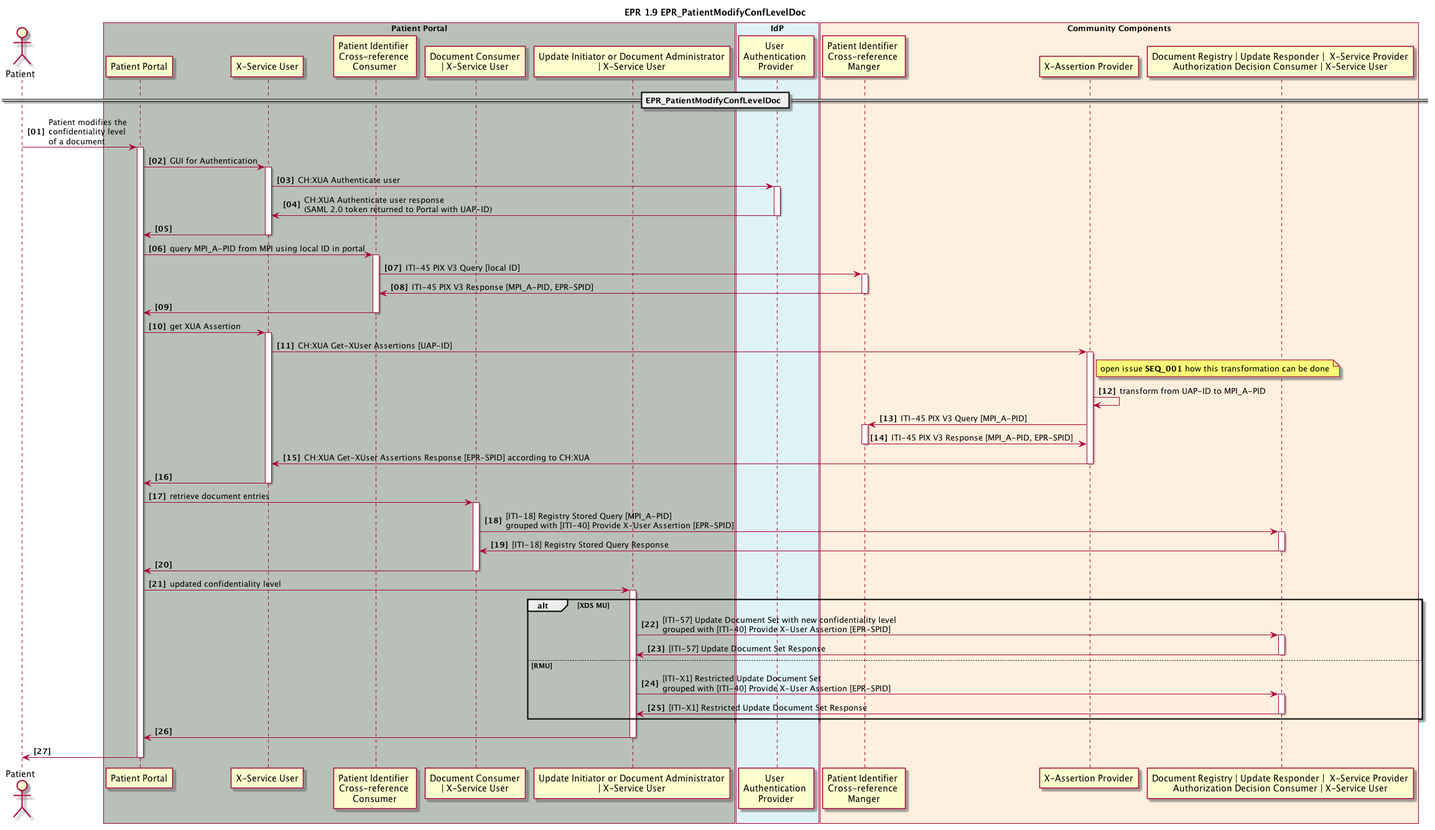
This is 1_09_EPR_PatientModifyConfLevelDoc.plantuml.png from ahdis/ch-epr-seqdiag, a PlantUML export, as it was before one commit.
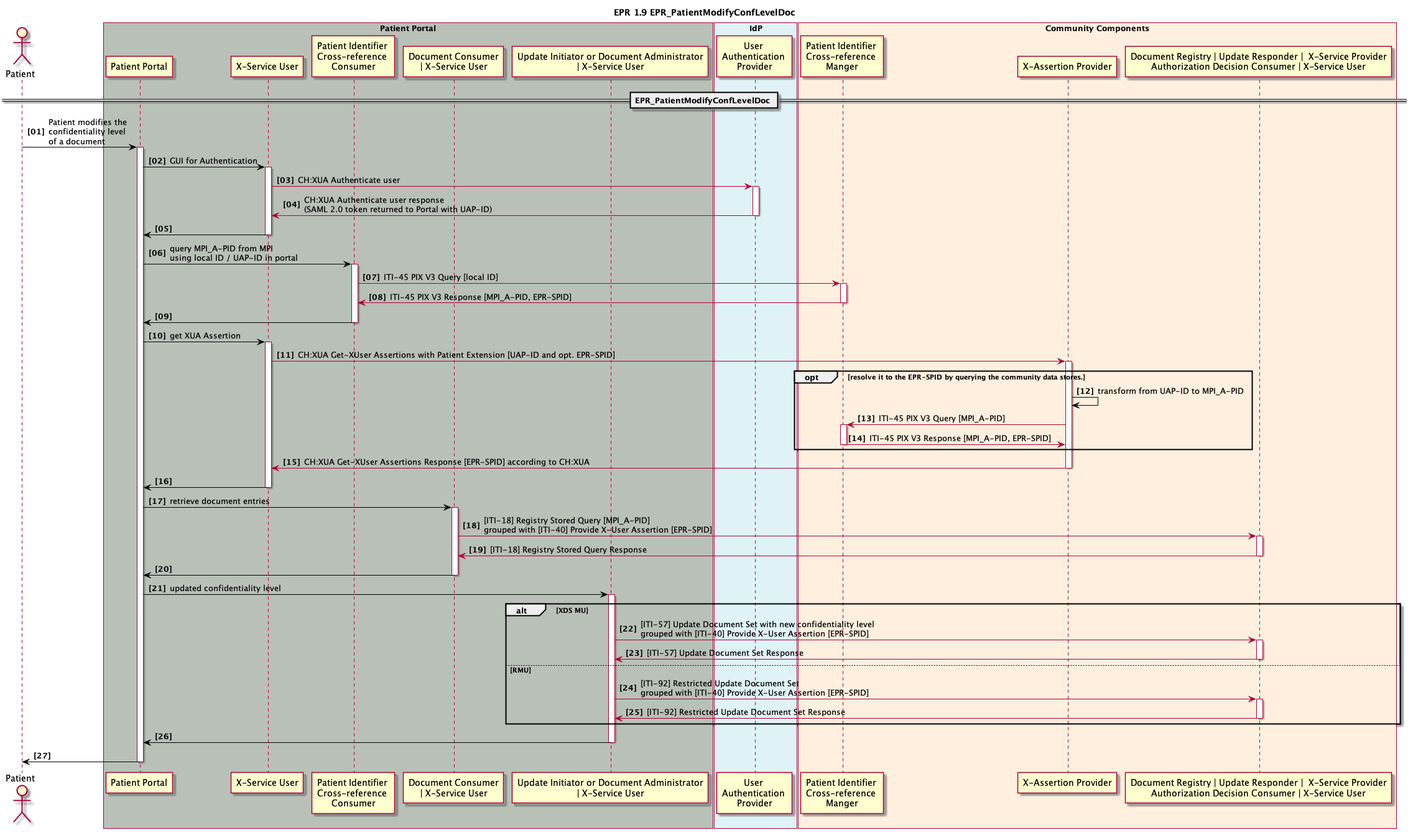
After the change.

What changed in the source:
```diff
@@ -24,52 +24,53 @@
 end box
 
 == EPR_PatientModifyConfLevelDoc ==
-patient -> pp_gui: Patient modifies the \nconfidentiality level \nof a document
+patient -[#black]> pp_gui: Patient modifies the \nconfidentiality level \nof a document
 activate pp_gui
 
-pp_gui -> pp_x_service_user : GUI for Authentication
+pp_gui -[#black]> pp_x_service_user : GUI for Authentication
 activate pp_x_service_user
 pp_x_service_user -> idp_user_authentication_provider : CH:XUA Authenticate user
 activate idp_user_authentication_provider
 pp_x_service_user <- idp_user_authentication_provider : CH:XUA Authenticate user response \n(SAML 2.0 token returned to Portal with UAP-ID)
 deactivate idp_user_authentication_provider
-pp_gui <- pp_x_service_user
+pp_gui <[#black]- pp_x_service_user
 deactivate pp_x_service_user
 
-pp_gui -> pp_pix_x_ref_consumer: query MPI_A-PID from MPI using local ID in portal
+pp_gui -[#black]> pp_pix_x_ref_consumer: query MPI_A-PID from MPI\nusing local ID / UAP-ID in portal
 activate pp_pix_x_ref_consumer
 pp_pix_x_ref_consumer -> cc_mpi_x_ref_manager: ITI-45 PIX V3 Query [local ID]
 activate cc_mpi_x_ref_manager
 pp_pix_x_ref_consumer <- cc_mpi_x_ref_manager: ITI-45 PIX V3 Response [MPI_A-PID, EPR-SPID]
 deactivate cc_mpi_x_ref_manager
-pp_gui <- pp_pix_x_ref_consumer
+pp_gui <[#black]- pp_pix_x_ref_consumer
 deactivate pp_pix_x_ref_consumer
 
-pp_gui -> pp_x_service_user : get XUA Assertion
+pp_gui -[#black]> pp_x_service_user : get XUA Assertion
 activate pp_x_service_user
-pp_x_service_user -> cc_x_assertion_provider: CH:XUA Get-XUser Assertions [UAP-ID]
+pp_x_service_user -> cc_x_assertion_provider: CH:XUA Get-XUser Assertions with Patient Extension [UAP-ID and opt. EPR-SPID]
 activate cc_x_assertion_provider
-note right cc_x_assertion_provider: open issue <b>SEQ_001</b> how this transformation can be done
-cc_x_assertion_provider -> cc_x_assertion_provider: transform from UAP-ID to MPI_A-PID
+opt resolve it to the EPR-SPID by querying the community data stores.
+cc_x_assertion_provider -[#black]> cc_x_assertion_provider: transform from UAP-ID to MPI_A-PID
 cc_x_assertion_provider -> cc_mpi_x_ref_manager: ITI-45 PIX V3 Query [MPI_A-PID]
 activate cc_mpi_x_ref_manager
 cc_x_assertion_provider <- cc_mpi_x_ref_manager: ITI-45 PIX V3 Response [MPI_A-PID, EPR-SPID]
 deactivate cc_mpi_x_ref_manager
+end
 pp_x_service_user <- cc_x_assertion_provider: CH:XUA Get-XUser Assertions Response [EPR-SPID] according to CH:XUA
 deactivate cc_x_assertion_provider
-pp_gui <- pp_x_service_user
+pp_gui <[#black]- pp_x_service_user
 deactivate pp_x_service_user
 
-pp_gui -> pp_doc_consumer: retrieve document entries
+pp_gui -[#black]> pp_doc_consumer: retrieve document entries
 activate pp_doc_consumer
 pp_doc_consumer -> cc_doc_registry: [ITI-18] Registry Stored Query [MPI_A-PID]\ngrouped with [ITI-40] Provide X-User Assertion [EPR-SPID]
 activate cc_doc_registry
 pp_doc_consumer <- cc_doc_registry: [ITI-18] Registry Stored Query Response
 deactivate cc_doc_registry
-pp_gui <- pp_doc_consumer
+pp_gui <[#black]- pp_doc_consumer
 deactivate pp_doc_consumer
 
-pp_gui -> pp_doc_admin: updated confidentiality level
+pp_gui -[#black]> pp_doc_admin: updated confidentiality level
 activate pp_doc_admin
 
 alt XDS MU
@@ -78,16 +79,16 @@
 pp_doc_admin <- cc_doc_registry: [ITI-57] Update Document Set Response
 deactivate cc_doc_registry
 else RMU
-pp_doc_admin -> cc_doc_registry: [ITI-X1] Restricted Update Document Set\ngrouped with [ITI-40] Provide X-User Assertion [EPR-SPID]
+pp_doc_admin -> cc_doc_registry: [ITI-92] Restricted Update Document Set\ngrouped with [ITI-40] Provide X-User Assertion [EPR-SPID]
 activate cc_doc_registry
-pp_doc_admin <- cc_doc_registry: [ITI-X1] Restricted Update Document Set Response
+pp_doc_admin <- cc_doc_registry: [ITI-92] Restricted Update Document Set Response
 deactivate cc_doc_registry
 end
 
-pp_gui <- pp_doc_admin
+pp_gui <[#black]- pp_doc_admin
 deactivate pp_doc_admin
 
-patient <- pp_gui
+patient <[#black]- pp_gui
 deactivate pp_gui
 
 @enduml
```
